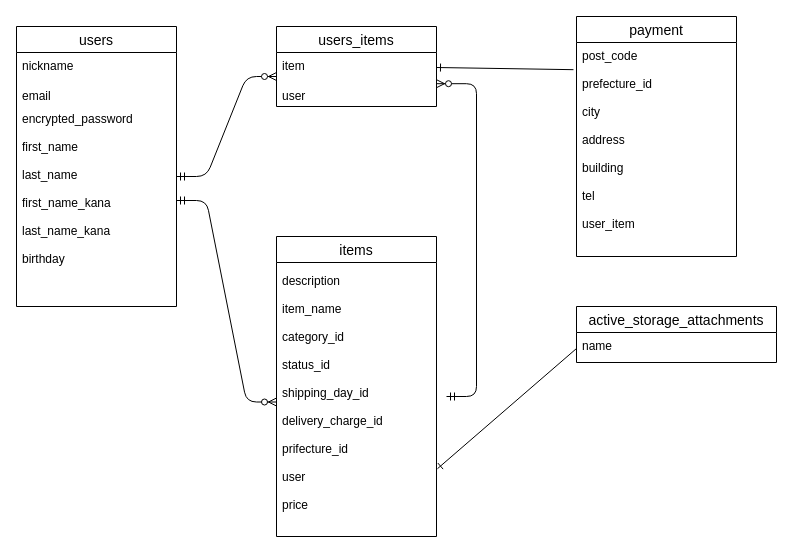
This is test.dio from tasukuyusato/furima-38444, a draw.io file, before an edit. Source tidied: cells renumbered, new cells numbered last; positions are measured from the earlier drawing's top-left corner, leaving out a move shared by most shapes. Both pictures are drawn from the tidied source at 100%, with x=0, y=0 at pixel (16, 16).
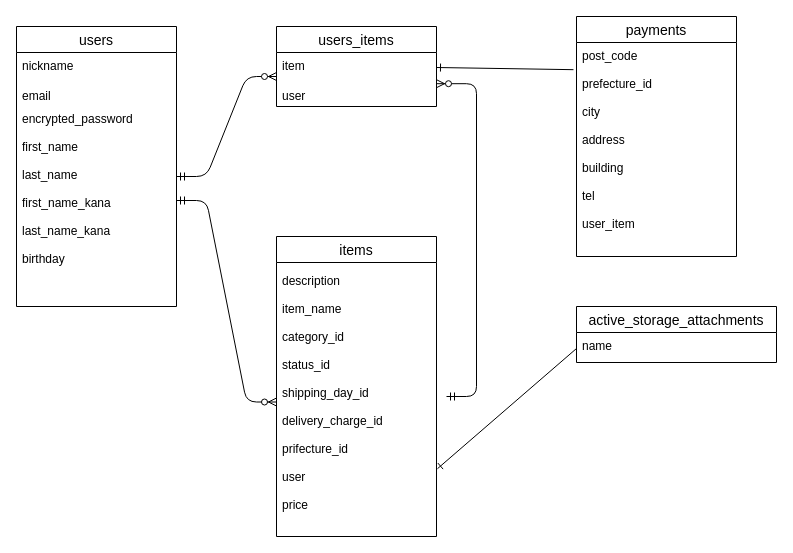
Above is the later version.

Change to the diagram source:
```diff
@@
-    <mxCell id="12" value="payment" style="swimlane;fontStyle=0;horizontal=1;startSize=26;align=center;fontSize=14;" parent="1" vertex="1">
+    <mxCell id="12" value="payments" style="swimlane;fontStyle=0;horizontal=1;startSize=26;align=center;fontSize=14;" parent="1" vertex="1">
       <mxGeometry x="560" width="160" height="240" as="geometry" />
     </mxCell>
```
